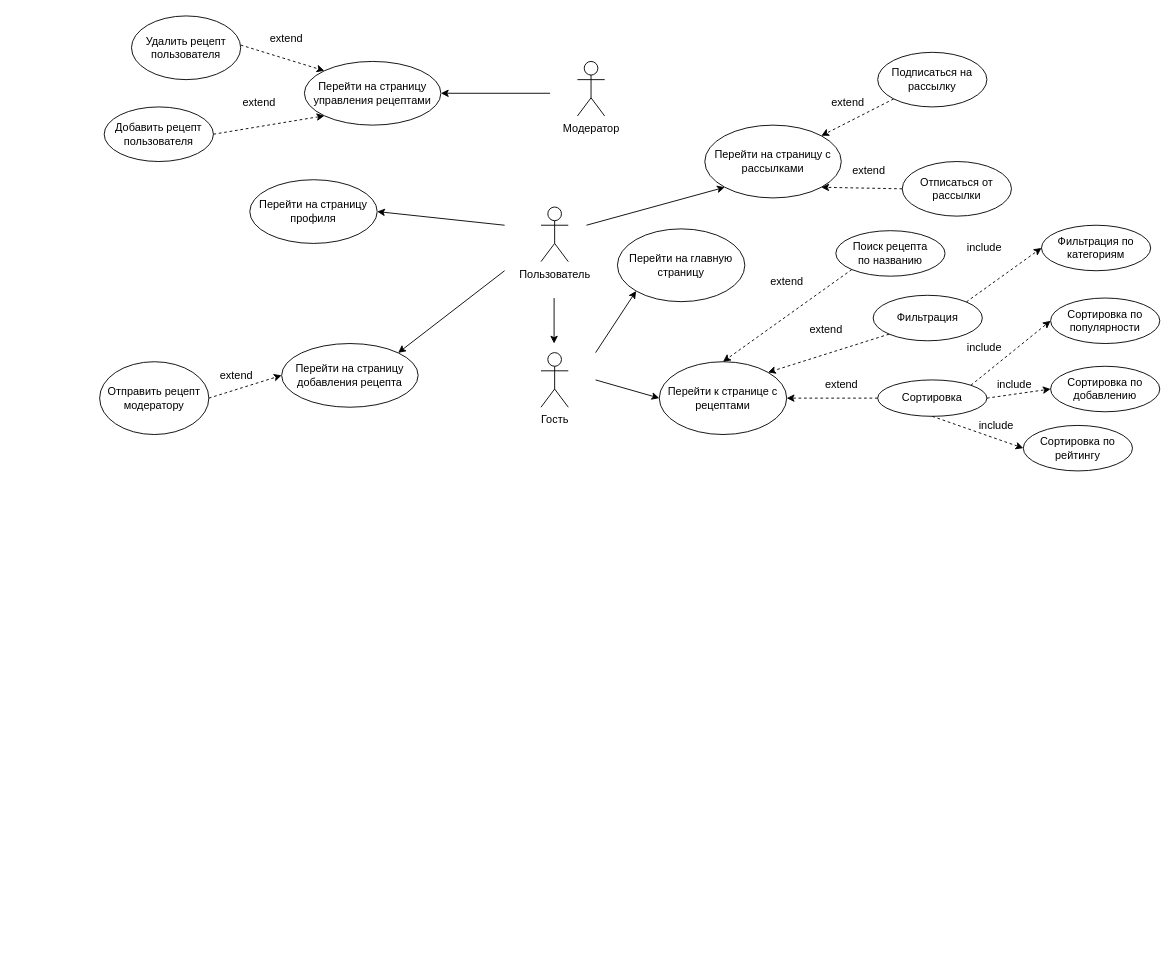
Discordiks/Pink_girls keeps this draw.io diagram as page "Use-case" (3 of 12) of img/Диаграмма без названия.drawio. Above is the earlier version. Source tidied: cells renumbered, new cells numbered last; positions are measured from the earlier drawing's top-left corner, leaving out a move shared by most shapes. Both pictures are drawn from the tidied source at 91%, with x=0, y=0 at pixel (99, 15).
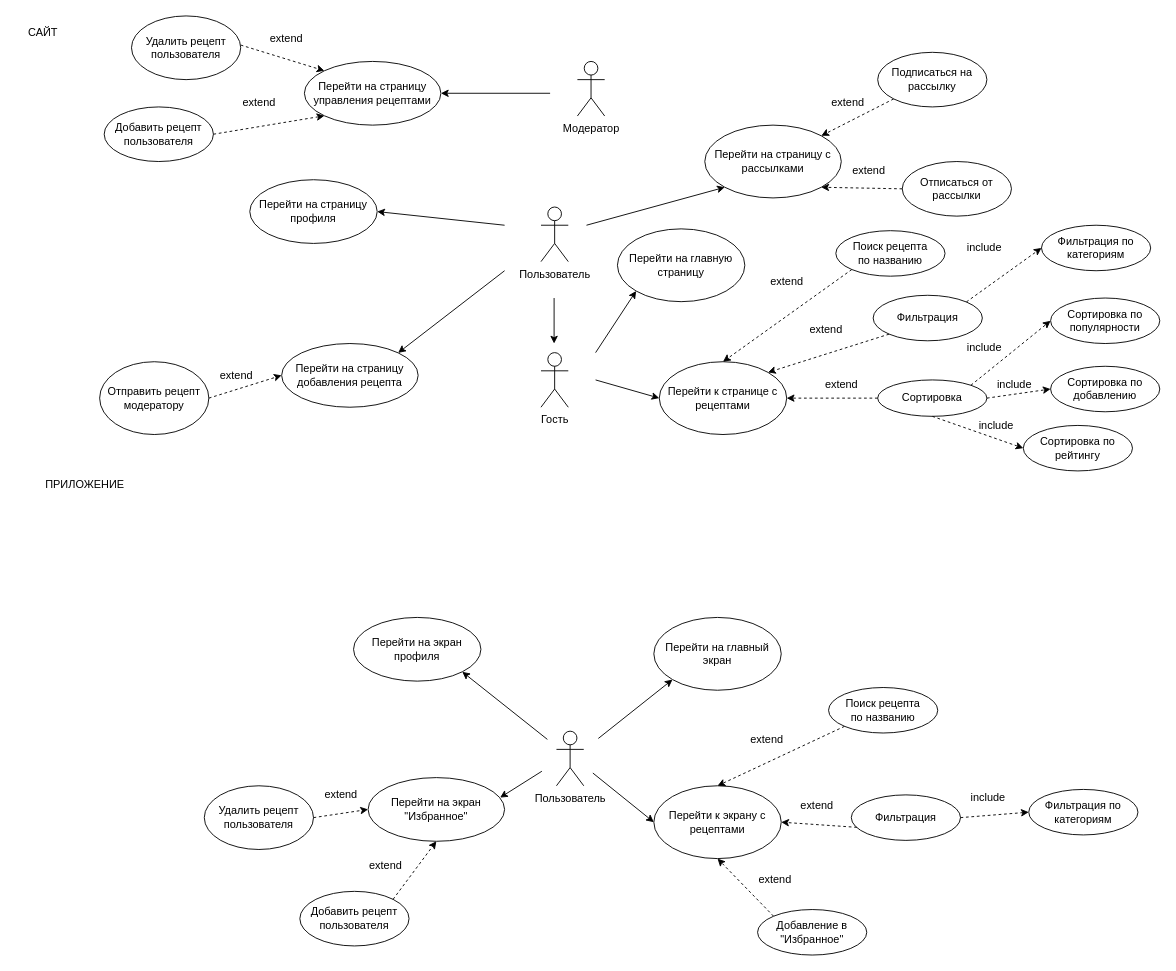
The same diagram, later.

Diff of the diagram source:
```diff
@@
+    <mxCell id="54" value="САЙТ" style="text;html=1;align=center;verticalAlign=middle;whiteSpace=wrap;rounded=0;" parent="1" vertex="1">
+      <mxGeometry x="-92" y="4" width="60" height="30" as="geometry" />
+    </mxCell>
+    <mxCell id="55" value="ПРИЛОЖЕНИЕ" style="text;html=1;align=center;verticalAlign=middle;whiteSpace=wrap;rounded=0;" parent="1" vertex="1">
+      <mxGeometry x="-66" y="500" width="100" height="30" as="geometry" />
+    </mxCell>
+    <mxCell id="56" value="Пользователь" style="shape=umlActor;verticalLabelPosition=bottom;verticalAlign=top;html=1;" parent="1" vertex="1">
+      <mxGeometry x="502" y="786" width="30" height="60" as="geometry" />
+    </mxCell>
+    <mxCell id="57" value="&lt;div&gt;Перейти на главный&lt;/div&gt;&lt;div&gt;экран&lt;br&gt;&lt;/div&gt;" style="ellipse;whiteSpace=wrap;html=1;" parent="1" vertex="1">
+      <mxGeometry x="609" y="661" width="140" height="80" as="geometry" />
+    </mxCell>
+    <mxCell id="58" value="Перейти на экран профиля" style="ellipse;whiteSpace=wrap;html=1;" parent="1" vertex="1">
+      <mxGeometry x="279" y="661" width="140" height="70" as="geometry" />
+    </mxCell>
+    <mxCell id="59" value="Перейти к экрану с рецептами" style="ellipse;whiteSpace=wrap;html=1;" parent="1" vertex="1">
+      <mxGeometry x="609" y="846" width="140" height="80" as="geometry" />
+    </mxCell>
+    <mxCell id="60" value="Фильтрация" style="ellipse;whiteSpace=wrap;html=1;" parent="1" vertex="1">
+      <mxGeometry x="826" y="856" width="120" height="50" as="geometry" />
+    </mxCell>
+    <mxCell id="61" value="Фильтрация по категориям" style="ellipse;whiteSpace=wrap;html=1;" parent="1" vertex="1">
+      <mxGeometry x="1021" y="850" width="120" height="50" as="geometry" />
+    </mxCell>
+    <mxCell id="62" style="endArrow=classic;html=1;rounded=0;entryX=1;entryY=1;entryDx=0;entryDy=0;" parent="1" edge="1" target="58">
+      <mxGeometry relative="1" as="geometry">
+        <mxPoint x="492" y="795" as="sourcePoint" />
+      </mxGeometry>
+    </mxCell>
+    <mxCell id="63" style="endArrow=classic;html=1;rounded=0;entryX=0;entryY=0.5;entryDx=0;entryDy=0;" parent="1" edge="1" target="59">
+      <mxGeometry relative="1" as="geometry">
+        <mxPoint x="542" y="832" as="sourcePoint" />
+      </mxGeometry>
+    </mxCell>
+    <mxCell id="64" style="endArrow=classic;html=1;rounded=0;entryX=0;entryY=1;entryDx=0;entryDy=0;" parent="1" edge="1" target="57">
+      <mxGeometry relative="1" as="geometry">
+        <mxPoint x="548" y="794" as="sourcePoint" />
+      </mxGeometry>
+    </mxCell>
+    <mxCell id="65" style="endArrow=classic;html=1;rounded=0;entryX=1;entryY=0.5;entryDx=0;entryDy=0;exitX=0.051;exitY=0.713;exitDx=0;exitDy=0;dashed=1;exitPerimeter=0;" parent="1" edge="1" source="60" target="59">
+      <mxGeometry relative="1" as="geometry" />
+    </mxCell>
+    <mxCell id="66" style="endArrow=classic;html=1;rounded=0;entryX=0;entryY=0.5;entryDx=0;entryDy=0;exitX=1;exitY=0.5;exitDx=0;exitDy=0;dashed=1;" parent="1" edge="1" source="60" target="61">
+      <mxGeometry relative="1" as="geometry" />
+    </mxCell>
+    <mxCell id="67" value="Перейти на экран&lt;br&gt;&quot;Избранное&quot;" style="ellipse;whiteSpace=wrap;html=1;" parent="1" vertex="1">
+      <mxGeometry x="295" y="837" width="150" height="70" as="geometry" />
+    </mxCell>
+    <mxCell id="68" style="endArrow=classic;html=1;rounded=0;entryX=0.967;entryY=0.314;entryDx=0;entryDy=0;entryPerimeter=0;" parent="1" edge="1" target="67">
+      <mxGeometry relative="1" as="geometry">
+        <mxPoint x="486" y="830" as="sourcePoint" />
+      </mxGeometry>
+    </mxCell>
+    <mxCell id="69" value="Удалить рецепт пользователя" style="ellipse;whiteSpace=wrap;html=1;" parent="1" vertex="1">
+      <mxGeometry x="115" y="846" width="120" height="70" as="geometry" />
+    </mxCell>
+    <mxCell id="70" value="Добавить рецепт пользователя" style="ellipse;whiteSpace=wrap;html=1;" parent="1" vertex="1">
+      <mxGeometry x="220" y="962" width="120" height="60" as="geometry" />
+    </mxCell>
+    <mxCell id="71" style="endArrow=classic;html=1;rounded=0;entryX=0;entryY=0.5;entryDx=0;entryDy=0;dashed=1;exitX=1;exitY=0.5;exitDx=0;exitDy=0;" parent="1" edge="1" source="69" target="67">
+      <mxGeometry relative="1" as="geometry" />
+    </mxCell>
+    <mxCell id="72" style="endArrow=classic;html=1;rounded=0;entryX=0.5;entryY=1;entryDx=0;entryDy=0;dashed=1;exitX=1;exitY=0;exitDx=0;exitDy=0;" parent="1" edge="1" source="70" target="67">
+      <mxGeometry relative="1" as="geometry" />
+    </mxCell>
+    <mxCell id="73" value="extend" style="text;html=1;align=center;verticalAlign=middle;strokeColor=none;fillColor=none;" parent="1" vertex="1">
+      <mxGeometry x="235" y="841" width="60" height="30" as="geometry" />
+    </mxCell>
+    <mxCell id="74" value="extend" style="text;html=1;align=center;verticalAlign=middle;strokeColor=none;fillColor=none;" parent="1" vertex="1">
+      <mxGeometry x="284" y="919" width="60" height="30" as="geometry" />
+    </mxCell>
+    <mxCell id="75" value="extend" style="text;html=1;align=center;verticalAlign=middle;strokeColor=none;fillColor=none;" parent="1" vertex="1">
+      <mxGeometry x="758" y="853" width="60" height="30" as="geometry" />
+    </mxCell>
+    <mxCell id="76" value="include" style="text;html=1;align=center;verticalAlign=middle;strokeColor=none;fillColor=none;" parent="1" vertex="1">
+      <mxGeometry x="946" y="844" width="60" height="30" as="geometry" />
+    </mxCell>
+    <mxCell id="77" value="&lt;div&gt;Поиск рецепта&lt;/div&gt;&lt;div&gt;по названию&lt;/div&gt;" style="ellipse;whiteSpace=wrap;html=1;" parent="1" vertex="1">
+      <mxGeometry x="801" y="738" width="120" height="50" as="geometry" />
+    </mxCell>
+    <mxCell id="78" value="extend" style="text;html=1;align=center;verticalAlign=middle;strokeColor=none;fillColor=none;" parent="1" vertex="1">
+      <mxGeometry x="703" y="780" width="60" height="30" as="geometry" />
+    </mxCell>
+    <mxCell id="79" style="endArrow=classic;html=1;rounded=0;entryX=0.5;entryY=0;entryDx=0;entryDy=0;exitX=0;exitY=1;exitDx=0;exitDy=0;dashed=1;" parent="1" edge="1" source="77" target="59">
+      <mxGeometry relative="1" as="geometry" />
+    </mxCell>
+    <mxCell id="80" value="Добавление в &quot;Избранное&quot;" style="ellipse;whiteSpace=wrap;html=1;" parent="1" vertex="1">
+      <mxGeometry x="723" y="982" width="120" height="50" as="geometry" />
+    </mxCell>
+    <mxCell id="81" style="endArrow=classic;html=1;rounded=0;entryX=0.5;entryY=1;entryDx=0;entryDy=0;exitX=0;exitY=0;exitDx=0;exitDy=0;dashed=1;" parent="1" edge="1" source="80" target="59">
+      <mxGeometry relative="1" as="geometry" />
+    </mxCell>
+    <mxCell id="82" value="extend" style="text;html=1;align=center;verticalAlign=middle;strokeColor=none;fillColor=none;" parent="1" vertex="1">
+      <mxGeometry x="712" y="934" width="60" height="30" as="geometry" />
+    </mxCell>
```
